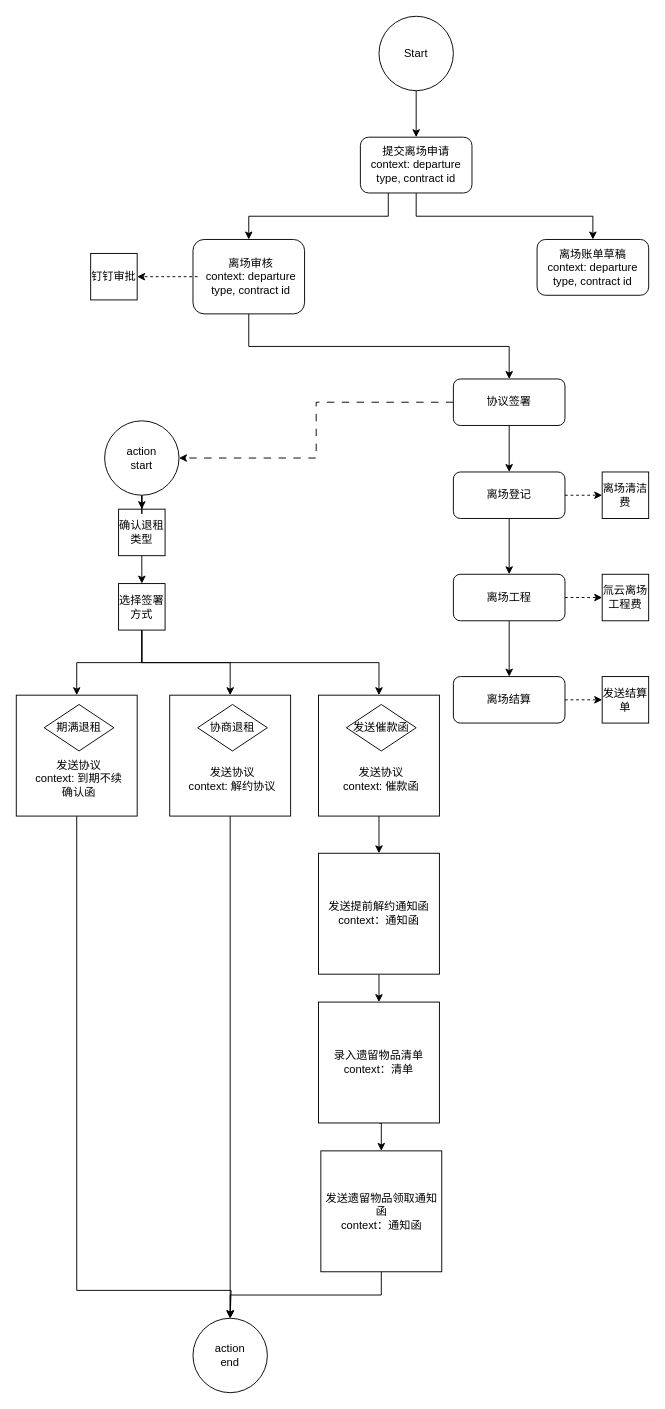
Earlier version of the draw.io diagram Departure Workflow.drawio (evagle/awesome). Source tidied: cells renumbered, new cells numbered last; positions are measured from the earlier drawing's top-left corner, leaving out a move shared by most shapes. Both pictures are drawn from the tidied source at 93%, with x=0, y=0 at pixel (16, 16).
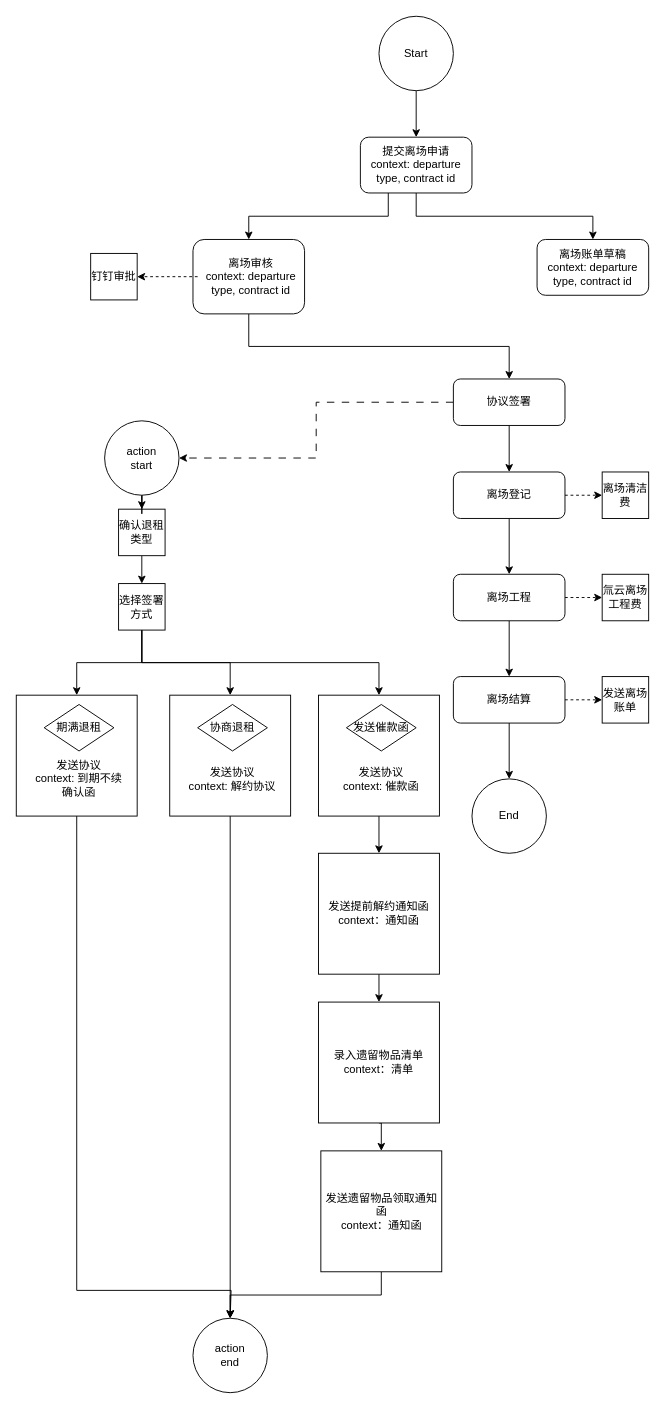
Above is the later version.

The change refers to these unchanged cells:
```xml
<mxCell id="49" value="离场结算" style="rounded=1;whiteSpace=wrap;html=1;" parent="1" vertex="1">
  <mxGeometry x="470" y="710" width="120" height="50" as="geometry" />
</mxCell>
```

What changed in the source:
```diff
@@
+    <mxCell id="54" style="edgeStyle=orthogonalEdgeStyle;rounded=0;jettySize=auto;html=1;exitX=0.5;exitY=1;exitDx=0;exitDy=0;entryX=0.5;entryY=0;entryDx=0;entryDy=0;" parent="1" edge="1" source="49" target="55">
+      <mxGeometry relative="1" as="geometry" />
+    </mxCell>
@@
-    <mxCell id="53" value="发送结算单" style="whiteSpace=wrap;html=1;" parent="1" vertex="1">
+    <mxCell id="53" value="发送离场账单" style="whiteSpace=wrap;html=1;" parent="1" vertex="1">
       <mxGeometry x="630" y="710" width="50" height="50" as="geometry" />
     </mxCell>
+    <mxCell id="55" value="End" style="ellipse;whiteSpace=wrap;html=1;" parent="1" vertex="1">
+      <mxGeometry x="490" y="820" width="80" height="80" as="geometry" />
+    </mxCell>
```
